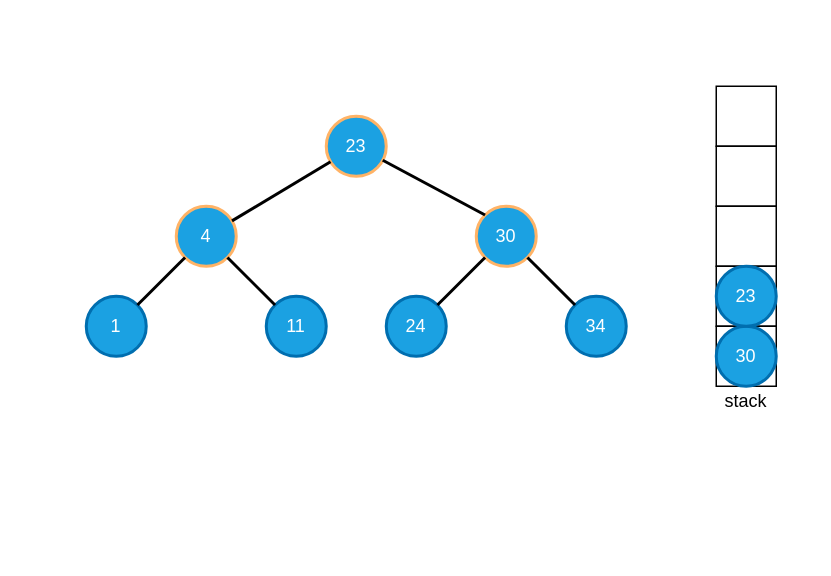
Before: page "07" (7 of 34) of diagrams/binary_tree_inorder_non_recursive.drawio in burpeesDaily/forest-python, a draw.io diagram. Source tidied: cells renumbered, new cells numbered last; positions are measured from the earlier drawing's top-left corner, leaving out a move shared by most shapes. Both pictures are drawn from the tidied source at 150%, with x=0, y=0 at pixel (26, 26).
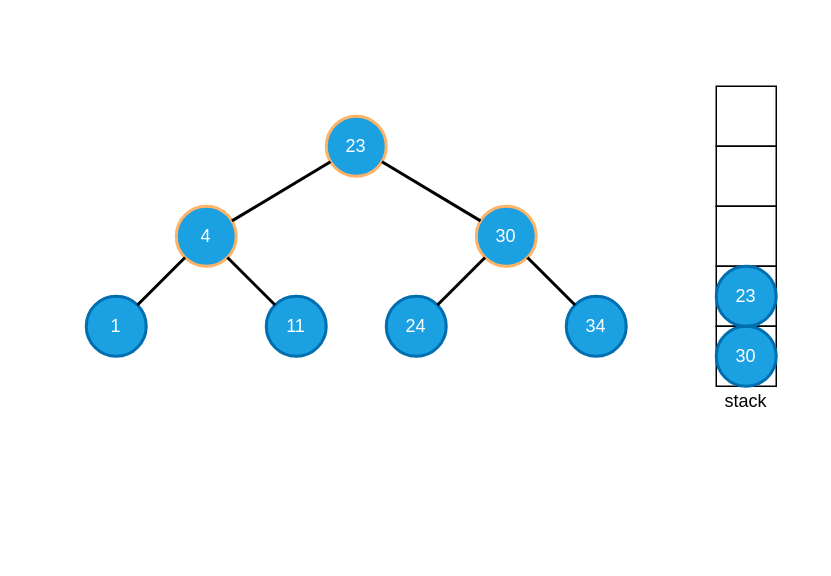
Above is the later version.

The change refers to these unchanged cells:
```xml
<mxCell id="3" value="23" style="ellipse;whiteSpace=wrap;html=1;strokeColor=#FFB366;strokeWidth=2;fillColor=#1ba1e2;fontColor=#ffffff;" parent="1" vertex="1">
  <mxGeometry x="200" y="60" width="40" height="40" as="geometry" />
</mxCell>
<mxCell id="5" value="30" style="ellipse;whiteSpace=wrap;html=1;strokeColor=#FFB366;strokeWidth=2;fillColor=#1ba1e2;fontColor=#ffffff;" parent="1" vertex="1">
  <mxGeometry x="300" y="120" width="40" height="40" as="geometry" />
</mxCell>
```

Diff of the diagram source:
```diff
@@
-    <mxCell id="11" style="endArrow=none;html=1;strokeColor=#000000;strokeWidth=2;exitX=0;exitY=0;exitDx=0;exitDy=0;" parent="1" edge="1" source="5" target="3">
+    <mxCell id="11" style="endArrow=none;html=1;strokeColor=#000000;strokeWidth=2;" parent="1" edge="1" source="5" target="3">
       <mxGeometry relative="1" as="geometry" />
     </mxCell>
```
